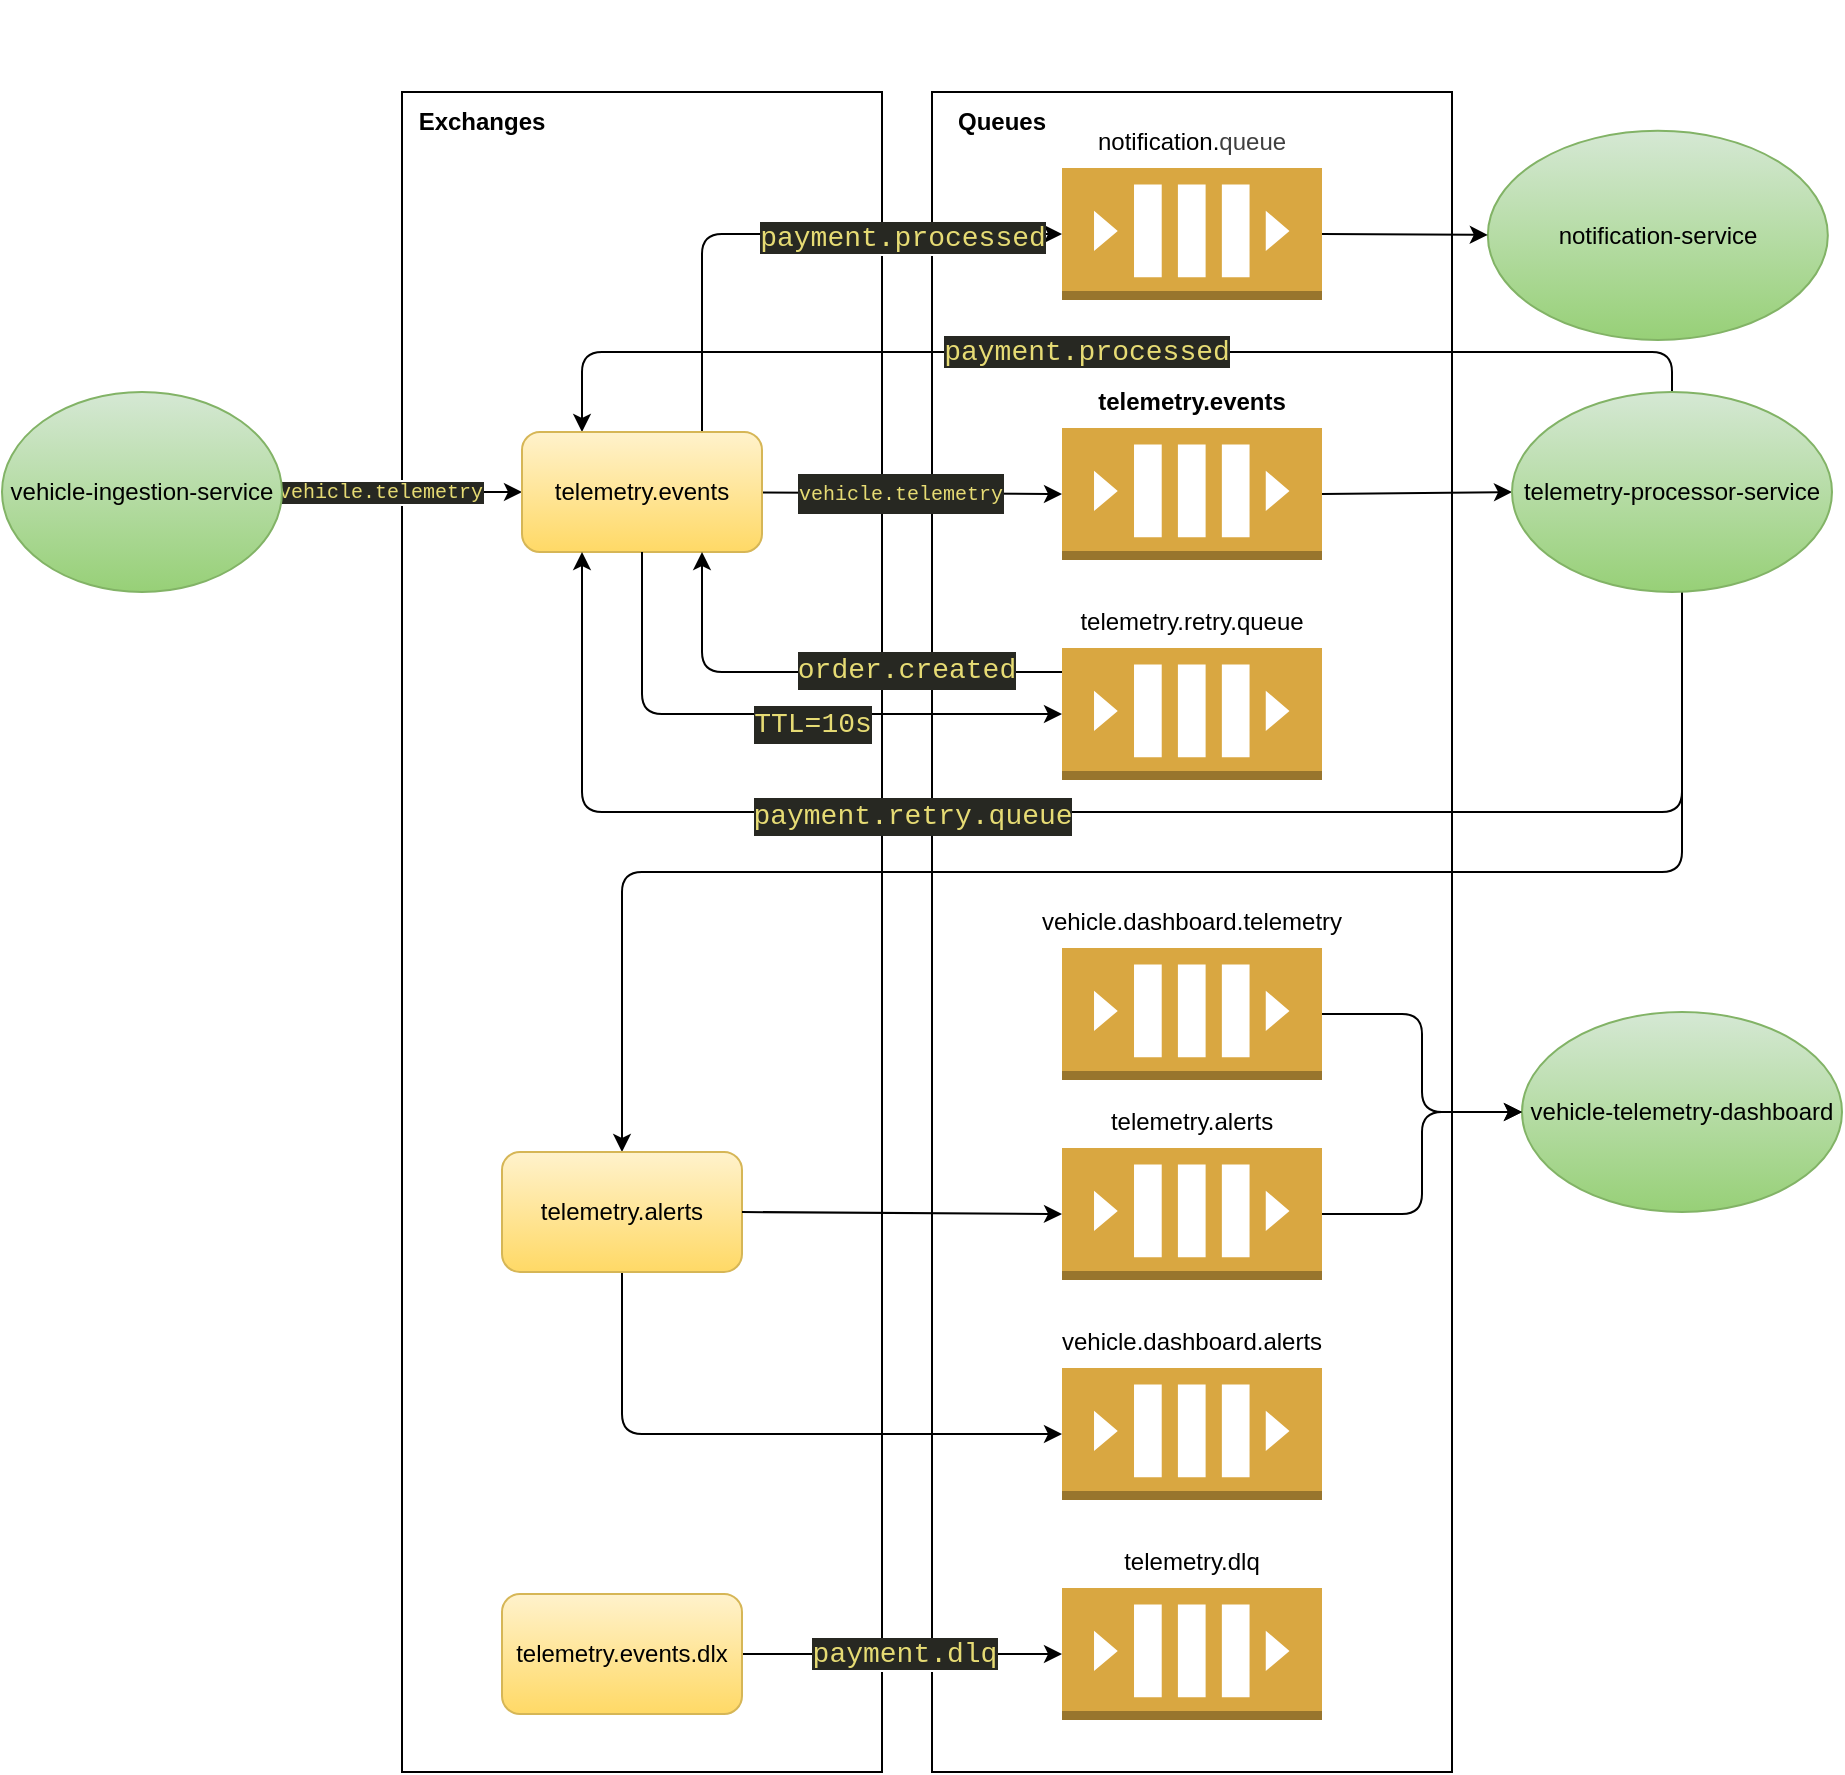
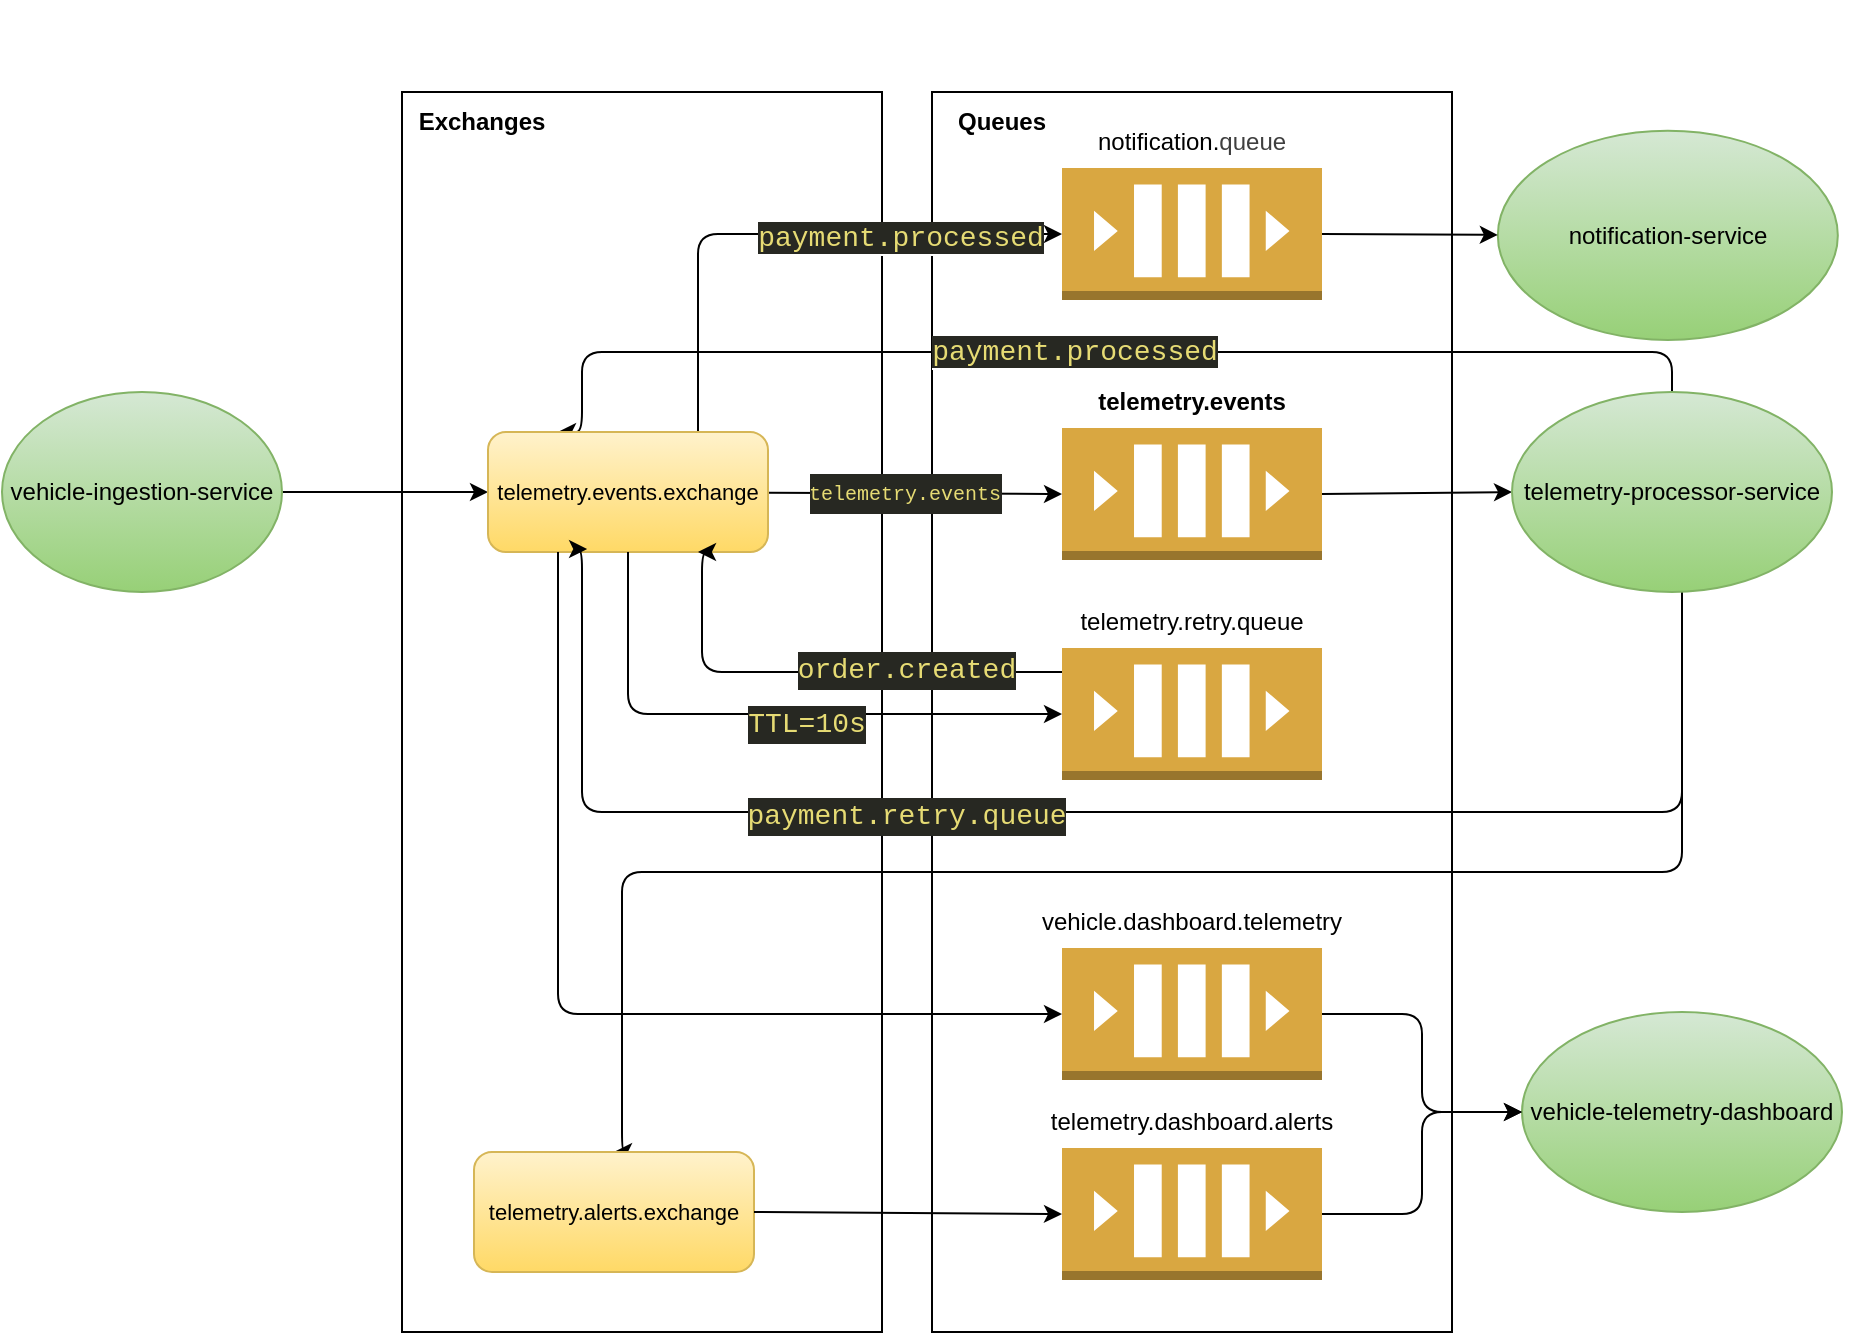
<mxfile host="65bd71144e">
    <diagram id="X4KkakveagGGw_kcijjk" name="Page-1">
-         <mxGraphModel dx="2126" dy="1139" grid="1" gridSize="10" guides="1" tooltips="1" connect="1" arrows="1" fold="1" page="1" pageScale="1" pageWidth="850" pageHeight="1100" math="0" shadow="0">
+         <mxGraphModel dx="1870" dy="833" grid="1" gridSize="10" guides="1" tooltips="1" connect="1" arrows="1" fold="1" page="1" pageScale="1" pageWidth="850" pageHeight="1100" math="0" shadow="0">
            <root>
                <mxCell id="0"/>
                <mxCell id="1" parent="0"/>
                <mxCell id="2" value="" style="rounded=0;whiteSpace=wrap;html=1;" parent="1" vertex="1">
-                     <mxGeometry x="455" y="130" width="260" height="840" as="geometry"/>
+                     <mxGeometry x="455" y="130" width="260" height="620" as="geometry"/>
                </mxCell>
                <mxCell id="3" value="" style="rounded=0;whiteSpace=wrap;html=1;" parent="1" vertex="1">
-                     <mxGeometry x="190" y="130" width="240" height="840" as="geometry"/>
-                 </mxCell>
-                 <mxCell id="4" value="v" style="edgeStyle=none;html=1;" parent="1" source="6" target="26" edge="1">
-                     <mxGeometry relative="1" as="geometry"/>
-                 </mxCell>
-                 <mxCell id="5" value="&lt;span style=&quot;color: rgb(230, 219, 116); font-family: Consolas, &amp;quot;Courier New&amp;quot;, monospace; white-space-collapse: preserve; background-color: rgb(39, 40, 34);&quot;&gt;vehicle.telemetry&lt;/span&gt;" style="edgeLabel;html=1;align=center;verticalAlign=middle;resizable=0;points=[];fontSize=10;" parent="4" vertex="1" connectable="0">
-                     <mxGeometry x="-0.1905" relative="1" as="geometry">
-                         <mxPoint as="offset"/>
-                     </mxGeometry>
+                     <mxGeometry x="190" y="130" width="240" height="620" as="geometry"/>
+                 </mxCell>
+                 <mxCell id="4" value="" style="edgeStyle=none;html=1;" parent="1" source="6" target="26" edge="1">
+                     <mxGeometry relative="1" as="geometry"/>
                </mxCell>
                <mxCell id="6" value="vehicle-ingestion-service" style="ellipse;whiteSpace=wrap;html=1;fillColor=#d5e8d4;gradientColor=#97d077;strokeColor=#82b366;" parent="1" vertex="1">
                    <mxGeometry x="-10" y="280" width="140" height="100" as="geometry"/>
                </mxCell>
                <mxCell id="7" style="edgeStyle=none;html=1;entryX=0;entryY=0.5;entryDx=0;entryDy=0;entryPerimeter=0;" parent="1" source="26" target="30" edge="1">
                    <mxGeometry relative="1" as="geometry"/>
                </mxCell>
-                 <mxCell id="8" value="&lt;div style=&quot;color: rgb(248, 248, 242); background-color: rgb(39, 40, 34); font-family: Consolas, &amp;quot;Courier New&amp;quot;, monospace; font-size: 14px; line-height: 19px; white-space-collapse: preserve;&quot;&gt;&lt;span style=&quot;color: rgb(230, 219, 116); font-size: 10px;&quot;&gt;vehicle.telemetry&lt;/span&gt;&lt;/div&gt;" style="edgeLabel;html=1;align=center;verticalAlign=middle;resizable=0;points=[];" parent="7" vertex="1" connectable="0">
+                 <mxCell id="8" value="&lt;div style=&quot;color: rgb(248, 248, 242); background-color: rgb(39, 40, 34); font-family: Consolas, &amp;quot;Courier New&amp;quot;, monospace; font-size: 14px; line-height: 19px; white-space-collapse: preserve;&quot;&gt;&lt;span style=&quot;color: rgb(230, 219, 116); font-size: 10px;&quot;&gt;telemetry.events&lt;/span&gt;&lt;/div&gt;" style="edgeLabel;html=1;align=center;verticalAlign=middle;resizable=0;points=[];" parent="7" vertex="1" connectable="0">
                    <mxGeometry x="-0.0843" relative="1" as="geometry">
                        <mxPoint y="-1" as="offset"/>
                    </mxGeometry>
                </mxCell>
                <mxCell id="9" style="edgeStyle=none;html=1;exitX=1;exitY=0.5;exitDx=0;exitDy=0;exitPerimeter=0;entryX=0;entryY=0.5;entryDx=0;entryDy=0;" parent="1" source="30" target="37" edge="1">
                    <mxGeometry relative="1" as="geometry">
                        <mxPoint x="755.1998237567068" y="376.7381722049113" as="targetPoint"/>
-                     </mxGeometry>
-                 </mxCell>
-                 <mxCell id="10" value="" style="group" parent="1" vertex="1" connectable="0">
-                     <mxGeometry x="520" y="850" width="130" height="94" as="geometry"/>
-                 </mxCell>
-                 <mxCell id="11" value="" style="outlineConnect=0;dashed=0;verticalLabelPosition=bottom;verticalAlign=top;align=center;html=1;shape=mxgraph.aws3.queue;fillColor=#D9A741;gradientColor=none;" parent="10" vertex="1">
-                     <mxGeometry y="28" width="130" height="66" as="geometry"/>
-                 </mxCell>
-                 <mxCell id="12" value="telemetry.dlq" style="text;html=1;align=center;verticalAlign=middle;whiteSpace=wrap;rounded=0;" parent="10" vertex="1">
-                     <mxGeometry x="35" width="60" height="30" as="geometry"/>
-                 </mxCell>
-                 <mxCell id="13" style="html=1;entryX=0;entryY=0.5;entryDx=0;entryDy=0;entryPerimeter=0;exitX=1;exitY=0.5;exitDx=0;exitDy=0;edgeStyle=orthogonalEdgeStyle;" parent="1" edge="1" target="11" source="27">
-                     <mxGeometry relative="1" as="geometry">
-                         <mxPoint x="380" y="910" as="sourcePoint"/>
-                         <mxPoint x="520" y="906" as="targetPoint"/>
-                     </mxGeometry>
-                 </mxCell>
-                 <mxCell id="14" value="&lt;span style=&quot;color: rgb(230, 219, 116); font-family: Consolas, &amp;quot;Courier New&amp;quot;, monospace; font-size: 14px; white-space-collapse: preserve; background-color: rgb(39, 40, 34);&quot;&gt;payment.dlq&lt;/span&gt;" style="edgeLabel;html=1;align=center;verticalAlign=middle;resizable=0;points=[];" parent="13" vertex="1" connectable="0">
-                     <mxGeometry x="0.0044" relative="1" as="geometry">
-                         <mxPoint as="offset"/>
                    </mxGeometry>
                </mxCell>
                <mxCell id="15" style="edgeStyle=orthogonalEdgeStyle;html=1;entryX=0.25;entryY=0;entryDx=0;entryDy=0;exitX=0.5;exitY=0;exitDx=0;exitDy=0;" parent="1" source="37" target="26" edge="1">
                    <mxGeometry relative="1" as="geometry">
                        <mxPoint x="835" y="342.28763833671746" as="sourcePoint"/>
                        <mxPoint x="310" y="214" as="targetPoint"/>
                        <Array as="points">
                            <mxPoint x="825" y="260"/>
                            <mxPoint x="280" y="260"/>
                        </Array>
                    </mxGeometry>
                </mxCell>
                <mxCell id="16" value="&lt;span style=&quot;color: rgb(230, 219, 116); font-family: Consolas, &amp;quot;Courier New&amp;quot;, monospace; font-size: 14px; white-space-collapse: preserve; background-color: rgb(39, 40, 34);&quot;&gt;payment.processed&lt;/span&gt;" style="edgeLabel;html=1;align=center;verticalAlign=middle;resizable=0;points=[];" parent="15" vertex="1" connectable="0">
                    <mxGeometry x="0.0358" relative="1" as="geometry">
                        <mxPoint as="offset"/>
                    </mxGeometry>
                </mxCell>
                <mxCell id="19" style="edgeStyle=orthogonalEdgeStyle;html=1;exitX=0.75;exitY=0;exitDx=0;exitDy=0;entryX=0;entryY=0.5;entryDx=0;entryDy=0;entryPerimeter=0;" parent="1" source="26" target="33" edge="1">
                    <mxGeometry relative="1" as="geometry">
                        <mxPoint x="295" y="214" as="sourcePoint"/>
                        <mxPoint x="510" y="171" as="targetPoint"/>
                    </mxGeometry>
                </mxCell>
                <mxCell id="20" value="&lt;span style=&quot;font-family: monospace; font-size: 0px; text-align: start; background-color: rgb(251, 251, 251);&quot;&gt;%3CmxGraphModel%3E%3Croot%3E%3CmxCell%20id%3D%220%22%2F%3E%3CmxCell%20id%3D%221%22%20parent%3D%220%22%2F%3E%3CmxCell%20id%3D%222%22%20value%3D%22%26lt%3Bdiv%20style%3D%26quot%3Bcolor%3A%20rgb(248%2C%20248%2C%20242)%3B%20background-color%3A%20rgb(39%2C%2040%2C%2034)%3B%20font-family%3A%20Consolas%2C%20%26amp%3Bquot%3BCourier%20New%26amp%3Bquot%3B%2C%20monospace%3B%20font-size%3A%2014px%3B%20line-height%3A%2019px%3B%20white-space-collapse%3A%20preserve%3B%26quot%3B%26gt%3B%26lt%3Bspan%20style%3D%26quot%3Bcolor%3A%20%23e6db74%3B%26quot%3B%26gt%3Border.created%26lt%3B%2Fspan%26gt%3B%26lt%3B%2Fdiv%26gt%3B%22%20style%3D%22edgeLabel%3Bhtml%3D1%3Balign%3Dcenter%3BverticalAlign%3Dmiddle%3Bresizable%3D0%3Bpoints%3D%5B%5D%3B%22%20vertex%3D%221%22%20connectable%3D%220%22%20parent%3D%221%22%3E%3CmxGeometry%20x%3D%22438.9992177003792%22%20y%3D%22273.61428198904923%22%20as%3D%22geometry%22%2F%3E%3C%2FmxCell%3E%3C%2Froot%3E%3C%2FmxGraphModel%3E&lt;/span&gt;" style="edgeLabel;html=1;align=center;verticalAlign=middle;resizable=0;points=[];" parent="19" vertex="1" connectable="0">
                    <mxGeometry x="0.2963" y="4" relative="1" as="geometry">
                        <mxPoint as="offset"/>
                    </mxGeometry>
                </mxCell>
                <mxCell id="21" value="&lt;span style=&quot;font-family: monospace; font-size: 0px; text-align: start; background-color: rgb(251, 251, 251);&quot;&gt;%3CmxGraphModel%3E%3Croot%3E%3CmxCell%20id%3D%220%22%2F%3E%3CmxCell%20id%3D%221%22%20parent%3D%220%22%2F%3E%3CmxCell%20id%3D%222%22%20value%3D%22%26lt%3Bdiv%20style%3D%26quot%3Bcolor%3A%20rgb(248%2C%20248%2C%20242)%3B%20background-color%3A%20rgb(39%2C%2040%2C%2034)%3B%20font-family%3A%20Consolas%2C%20%26amp%3Bquot%3BCourier%20New%26amp%3Bquot%3B%2C%20monospace%3B%20font-size%3A%2014px%3B%20line-height%3A%2019px%3B%20white-space-collapse%3A%20preserve%3B%26quot%3B%26gt%3B%26lt%3Bspan%20style%3D%26quot%3Bcolor%3A%20%23e6db74%3B%26quot%3B%26gt%3Border.created%26lt%3B%2Fspan%26gt%3B%26lt%3B%2Fdiv%26gt%3B%22%20style%3D%22edgeLabel%3Bhtml%3D1%3Balign%3Dcenter%3BverticalAlign%3Dmiddle%3Bresizable%3D0%3Bpoints%3D%5B%5D%3B%22%20vertex%3D%221%22%20connectable%3D%220%22%20parent%3D%221%22%3E%3CmxGeometry%20x%3D%22438.9992177003792%22%20y%3D%22273.61428198904923%22%20as%3D%22geometry%22%2F%3E%3C%2FmxCell%3E%3C%2Froot%3E%3C%2FmxGraphModel%3E&lt;/span&gt;" style="edgeLabel;html=1;align=center;verticalAlign=middle;resizable=0;points=[];" parent="19" vertex="1" connectable="0">
                    <mxGeometry x="0.0899" y="-5" relative="1" as="geometry">
                        <mxPoint as="offset"/>
                    </mxGeometry>
                </mxCell>
                <mxCell id="22" value="&lt;span style=&quot;color: rgb(230, 219, 116); font-family: Consolas, &amp;quot;Courier New&amp;quot;, monospace; font-size: 14px; white-space-collapse: preserve; background-color: rgb(39, 40, 34);&quot;&gt;payment.processed&lt;/span&gt;" style="edgeLabel;html=1;align=center;verticalAlign=middle;resizable=0;points=[];" parent="19" vertex="1" connectable="0">
                    <mxGeometry x="0.2381" y="-2" relative="1" as="geometry">
                        <mxPoint x="26" as="offset"/>
                    </mxGeometry>
                </mxCell>
                <mxCell id="23" value="" style="group" parent="1" vertex="1" connectable="0">
-                     <mxGeometry x="740" y="84" width="170" height="170" as="geometry"/>
+                     <mxGeometry x="745" y="84" width="170" height="170" as="geometry"/>
                </mxCell>
                <mxCell id="24" value="notification-service" style="ellipse;whiteSpace=wrap;html=1;fillColor=#d5e8d4;gradientColor=#97d077;strokeColor=#82b366;" parent="23" vertex="1">
                    <mxGeometry x="-7.083333333333333" y="65.3846153846154" width="170" height="104.61538461538463" as="geometry"/>
                </mxCell>
                <mxCell id="25" style="edgeStyle=none;html=1;exitX=1;exitY=0.5;exitDx=0;exitDy=0;exitPerimeter=0;" parent="1" source="33" target="24" edge="1">
                    <mxGeometry relative="1" as="geometry">
                        <mxPoint x="640" y="173.08928571428578" as="sourcePoint"/>
                    </mxGeometry>
                </mxCell>
-                 <mxCell id="26" value="telemetry.events" style="rounded=1;whiteSpace=wrap;html=1;fillColor=#fff2cc;strokeColor=#d6b656;gradientColor=#ffd966;" parent="1" vertex="1">
-                     <mxGeometry x="250" y="300" width="120" height="60" as="geometry"/>
-                 </mxCell>
-                 <mxCell id="27" value="telemetry.events.dlx" style="rounded=1;whiteSpace=wrap;html=1;fillColor=#fff2cc;strokeColor=#d6b656;gradientColor=#ffd966;" parent="1" vertex="1">
-                     <mxGeometry x="240" y="881" width="120" height="60" as="geometry"/>
+                 <mxCell id="26" value="telemetry.events.exchange" style="rounded=1;whiteSpace=wrap;html=1;fillColor=#fff2cc;strokeColor=#d6b656;gradientColor=#ffd966;fontSize=11;" parent="1" vertex="1">
+                     <mxGeometry x="233" y="300" width="140" height="60" as="geometry"/>
                </mxCell>
                <mxCell id="28" value="Exchanges" style="text;html=1;align=center;verticalAlign=middle;whiteSpace=wrap;rounded=0;fontStyle=1" parent="1" vertex="1">
                    <mxGeometry x="200" y="130" width="60" height="30" as="geometry"/>
                </mxCell>
                <mxCell id="29" value="" style="group" parent="1" vertex="1" connectable="0">
                    <mxGeometry x="520" y="270" width="130" height="94" as="geometry"/>
                </mxCell>
                <mxCell id="30" value="" style="outlineConnect=0;dashed=0;verticalLabelPosition=bottom;verticalAlign=top;align=center;html=1;shape=mxgraph.aws3.queue;fillColor=#D9A741;gradientColor=none;" parent="29" vertex="1">
                    <mxGeometry y="28" width="130" height="66" as="geometry"/>
                </mxCell>
                <mxCell id="31" value="telemetry.events" style="text;html=1;align=center;verticalAlign=middle;whiteSpace=wrap;rounded=0;fontStyle=1" parent="29" vertex="1">
                    <mxGeometry x="35" width="60" height="30" as="geometry"/>
                </mxCell>
                <mxCell id="32" value="" style="group" parent="1" vertex="1" connectable="0">
                    <mxGeometry x="520" y="140" width="130" height="94" as="geometry"/>
                </mxCell>
                <mxCell id="33" value="" style="outlineConnect=0;dashed=0;verticalLabelPosition=bottom;verticalAlign=top;align=center;html=1;shape=mxgraph.aws3.queue;fillColor=#D9A741;gradientColor=none;" parent="32" vertex="1">
                    <mxGeometry y="28" width="130" height="66" as="geometry"/>
                </mxCell>
                <mxCell id="34" value="notification.&lt;span style=&quot;color: rgb(63, 63, 63); background-color: transparent;&quot;&gt;queue&lt;/span&gt;" style="text;html=1;align=center;verticalAlign=middle;whiteSpace=wrap;rounded=0;" parent="32" vertex="1">
                    <mxGeometry x="35" width="60" height="30" as="geometry"/>
                </mxCell>
-                 <mxCell id="35" style="edgeStyle=orthogonalEdgeStyle;html=1;entryX=0.25;entryY=1;entryDx=0;entryDy=0;" parent="1" source="37" target="26" edge="1">
+                 <mxCell id="35" style="edgeStyle=orthogonalEdgeStyle;html=1;entryX=0.354;entryY=0.975;entryDx=0;entryDy=0;entryPerimeter=0;" parent="1" source="37" target="26" edge="1">
                    <mxGeometry relative="1" as="geometry">
                        <Array as="points">
                            <mxPoint x="830" y="490"/>
                            <mxPoint x="280" y="490"/>
-                         </Array>
+                             <mxPoint x="280" y="359"/>
+                         </Array>
+                         <mxPoint x="280" y="420" as="targetPoint"/>
                    </mxGeometry>
                </mxCell>
                <mxCell id="36" value="&lt;div style=&quot;color: rgb(248, 248, 242); background-color: rgb(39, 40, 34); font-family: Consolas, &amp;quot;Courier New&amp;quot;, monospace; font-size: 14px; line-height: 19px; white-space-collapse: preserve;&quot;&gt;&lt;span style=&quot;color: #e6db74;&quot;&gt;payment.retry.queue&lt;/span&gt;&lt;/div&gt;" style="edgeLabel;html=1;align=center;verticalAlign=middle;resizable=0;points=[];" parent="35" vertex="1" connectable="0">
                    <mxGeometry x="0.2547" y="2" relative="1" as="geometry">
                        <mxPoint as="offset"/>
                    </mxGeometry>
                </mxCell>
-                 <mxCell id="64" style="edgeStyle=orthogonalEdgeStyle;html=1;entryX=0.5;entryY=0;entryDx=0;entryDy=0;" edge="1" parent="1" source="37" target="58">
+                 <mxCell id="64" style="edgeStyle=orthogonalEdgeStyle;html=1;entryX=0.5;entryY=0;entryDx=0;entryDy=0;" parent="1" source="37" target="58" edge="1">
                    <mxGeometry relative="1" as="geometry">
                        <mxPoint x="330" y="660" as="targetPoint"/>
                        <Array as="points">
                            <mxPoint x="830" y="520"/>
                            <mxPoint x="300" y="520"/>
                        </Array>
                    </mxGeometry>
                </mxCell>
                <mxCell id="37" value="telemetry-processor-service" style="ellipse;whiteSpace=wrap;html=1;fillColor=#d5e8d4;gradientColor=#97d077;strokeColor=#82b366;" parent="1" vertex="1">
                    <mxGeometry x="745" y="280" width="160" height="100" as="geometry"/>
                </mxCell>
                <mxCell id="38" value="Queues" style="text;html=1;align=center;verticalAlign=middle;whiteSpace=wrap;rounded=0;fontStyle=1" parent="1" vertex="1">
                    <mxGeometry x="460" y="130" width="60" height="30" as="geometry"/>
                </mxCell>
                <mxCell id="39" value="" style="group" parent="1" vertex="1" connectable="0">
                    <mxGeometry x="520" y="380" width="130" height="94" as="geometry"/>
                </mxCell>
                <mxCell id="40" value="" style="outlineConnect=0;dashed=0;verticalLabelPosition=bottom;verticalAlign=top;align=center;html=1;shape=mxgraph.aws3.queue;fillColor=#D9A741;gradientColor=none;" parent="39" vertex="1">
                    <mxGeometry y="28" width="130" height="66" as="geometry"/>
                </mxCell>
                <mxCell id="41" value="telemetry.retry.queue" style="text;html=1;align=center;verticalAlign=middle;whiteSpace=wrap;rounded=0;" parent="39" vertex="1">
                    <mxGeometry x="35" width="60" height="30" as="geometry"/>
                </mxCell>
                <mxCell id="42" style="edgeStyle=orthogonalEdgeStyle;html=1;exitX=0.5;exitY=1;exitDx=0;exitDy=0;entryX=0;entryY=0.5;entryDx=0;entryDy=0;entryPerimeter=0;" parent="1" source="26" target="40" edge="1">
                    <mxGeometry relative="1" as="geometry"/>
                </mxCell>
                <mxCell id="43" value="&lt;div style=&quot;color: rgb(248, 248, 242); background-color: rgb(39, 40, 34); font-family: Consolas, &amp;quot;Courier New&amp;quot;, monospace; font-size: 14px; line-height: 19px; white-space-collapse: preserve;&quot;&gt;&lt;span style=&quot;color: #e6db74;&quot;&gt;TTL=10s&lt;/span&gt;&lt;/div&gt;" style="edgeLabel;html=1;align=center;verticalAlign=middle;resizable=0;points=[];" parent="42" vertex="1" connectable="0">
                    <mxGeometry x="0.1392" y="-5" relative="1" as="geometry">
                        <mxPoint as="offset"/>
                    </mxGeometry>
                </mxCell>
                <mxCell id="44" style="edgeStyle=orthogonalEdgeStyle;html=1;entryX=0.75;entryY=1;entryDx=0;entryDy=0;" parent="1" source="40" target="26" edge="1">
                    <mxGeometry relative="1" as="geometry">
                        <Array as="points">
                            <mxPoint x="340" y="420"/>
                        </Array>
                    </mxGeometry>
                </mxCell>
                <mxCell id="45" value="&lt;div style=&quot;color: rgb(248, 248, 242); background-color: rgb(39, 40, 34); font-family: Consolas, &amp;quot;Courier New&amp;quot;, monospace; font-size: 14px; line-height: 19px; white-space-collapse: preserve;&quot;&gt;&lt;span style=&quot;color: #e6db74;&quot;&gt;order.created&lt;/span&gt;&lt;/div&gt;" style="edgeLabel;html=1;align=center;verticalAlign=middle;resizable=0;points=[];" parent="44" vertex="1" connectable="0">
                    <mxGeometry x="-0.3493" y="-1" relative="1" as="geometry">
                        <mxPoint as="offset"/>
                    </mxGeometry>
                </mxCell>
-                 <mxCell id="46" value="" style="group;fontStyle=1" vertex="1" connectable="0" parent="1">
+                 <mxCell id="46" value="" style="group;fontStyle=1" parent="1" vertex="1" connectable="0">
                    <mxGeometry x="520" y="630" width="130" height="94" as="geometry"/>
                </mxCell>
-                 <mxCell id="47" value="" style="outlineConnect=0;dashed=0;verticalLabelPosition=bottom;verticalAlign=top;align=center;html=1;shape=mxgraph.aws3.queue;fillColor=#D9A741;gradientColor=none;" vertex="1" parent="46">
-                     <mxGeometry y="28" width="130" height="66" as="geometry"/>
-                 </mxCell>
-                 <mxCell id="48" value="telemetry.alerts" style="text;html=1;align=center;verticalAlign=middle;whiteSpace=wrap;rounded=0;fontStyle=0" vertex="1" parent="46">
-                     <mxGeometry x="35" width="60" height="30" as="geometry"/>
-                 </mxCell>
-                 <mxCell id="49" value="" style="group;fontStyle=1" vertex="1" connectable="0" parent="1">
+                 <mxCell id="47" value="" style="outlineConnect=0;dashed=0;verticalLabelPosition=bottom;verticalAlign=top;align=center;html=1;shape=mxgraph.aws3.queue;fillColor=#D9A741;gradientColor=none;" parent="46" vertex="1">
+                     <mxGeometry y="28" width="130" height="66" as="geometry"/>
+                 </mxCell>
+                 <mxCell id="48" value="telemetry.dashboard.alerts" style="text;html=1;align=center;verticalAlign=middle;whiteSpace=wrap;rounded=0;fontStyle=0" parent="46" vertex="1">
+                     <mxGeometry x="35" width="60" height="30" as="geometry"/>
+                 </mxCell>
+                 <mxCell id="49" value="" style="group;fontStyle=1" parent="1" vertex="1" connectable="0">
                    <mxGeometry x="520" y="530" width="130" height="94" as="geometry"/>
                </mxCell>
-                 <mxCell id="50" value="" style="outlineConnect=0;dashed=0;verticalLabelPosition=bottom;verticalAlign=top;align=center;html=1;shape=mxgraph.aws3.queue;fillColor=#D9A741;gradientColor=none;" vertex="1" parent="49">
-                     <mxGeometry y="28" width="130" height="66" as="geometry"/>
-                 </mxCell>
-                 <mxCell id="51" value="vehicle.dashboard.telemetry" style="text;html=1;align=center;verticalAlign=middle;whiteSpace=wrap;rounded=0;fontStyle=0" vertex="1" parent="49">
-                     <mxGeometry x="35" width="60" height="30" as="geometry"/>
-                 </mxCell>
-                 <mxCell id="52" value="" style="group;fontStyle=1" vertex="1" connectable="0" parent="1">
-                     <mxGeometry x="520" y="740" width="130" height="94" as="geometry"/>
-                 </mxCell>
-                 <mxCell id="53" value="" style="outlineConnect=0;dashed=0;verticalLabelPosition=bottom;verticalAlign=top;align=center;html=1;shape=mxgraph.aws3.queue;fillColor=#D9A741;gradientColor=none;" vertex="1" parent="52">
-                     <mxGeometry y="28" width="130" height="66" as="geometry"/>
-                 </mxCell>
-                 <mxCell id="54" value="vehicle.dashboard.alerts" style="text;html=1;align=center;verticalAlign=middle;whiteSpace=wrap;rounded=0;fontStyle=0" vertex="1" parent="52">
-                     <mxGeometry x="35" width="60" height="30" as="geometry"/>
-                 </mxCell>
-                 <mxCell id="60" style="edgeStyle=orthogonalEdgeStyle;html=1;entryX=0;entryY=0.5;entryDx=0;entryDy=0;entryPerimeter=0;exitX=0.5;exitY=1;exitDx=0;exitDy=0;" edge="1" parent="1" source="58" target="53">
-                     <mxGeometry relative="1" as="geometry">
-                         <Array as="points">
-                             <mxPoint x="300" y="801"/>
-                         </Array>
-                     </mxGeometry>
-                 </mxCell>
-                 <mxCell id="58" value="telemetry.alerts" style="rounded=1;whiteSpace=wrap;html=1;fillColor=#fff2cc;strokeColor=#d6b656;gradientColor=#ffd966;" vertex="1" parent="1">
-                     <mxGeometry x="240" y="660" width="120" height="60" as="geometry"/>
-                 </mxCell>
-                 <mxCell id="63" value="vehicle-telemetry-dashboard" style="ellipse;whiteSpace=wrap;html=1;fillColor=#d5e8d4;gradientColor=#97d077;strokeColor=#82b366;" vertex="1" parent="1">
+                 <mxCell id="50" value="" style="outlineConnect=0;dashed=0;verticalLabelPosition=bottom;verticalAlign=top;align=center;html=1;shape=mxgraph.aws3.queue;fillColor=#D9A741;gradientColor=none;" parent="49" vertex="1">
+                     <mxGeometry y="28" width="130" height="66" as="geometry"/>
+                 </mxCell>
+                 <mxCell id="51" value="vehicle.dashboard.telemetry" style="text;html=1;align=center;verticalAlign=middle;whiteSpace=wrap;rounded=0;fontStyle=0" parent="49" vertex="1">
+                     <mxGeometry x="35" width="60" height="30" as="geometry"/>
+                 </mxCell>
+                 <mxCell id="58" value="telemetry.alerts.exchange" style="rounded=1;whiteSpace=wrap;html=1;fillColor=#fff2cc;strokeColor=#d6b656;gradientColor=#ffd966;fontSize=11;" parent="1" vertex="1">
+                     <mxGeometry x="226" y="660" width="140" height="60" as="geometry"/>
+                 </mxCell>
+                 <mxCell id="63" value="vehicle-telemetry-dashboard" style="ellipse;whiteSpace=wrap;html=1;fillColor=#d5e8d4;gradientColor=#97d077;strokeColor=#82b366;" parent="1" vertex="1">
                    <mxGeometry x="750" y="590" width="160" height="100" as="geometry"/>
                </mxCell>
-                 <mxCell id="65" style="edgeStyle=none;html=1;exitX=1;exitY=0.5;exitDx=0;exitDy=0;entryX=0;entryY=0.5;entryDx=0;entryDy=0;entryPerimeter=0;" edge="1" parent="1" source="58" target="47">
-                     <mxGeometry relative="1" as="geometry"/>
-                 </mxCell>
-                 <mxCell id="66" style="edgeStyle=orthogonalEdgeStyle;html=1;exitX=1;exitY=0.5;exitDx=0;exitDy=0;exitPerimeter=0;entryX=0;entryY=0.5;entryDx=0;entryDy=0;" edge="1" parent="1" source="47" target="63">
-                     <mxGeometry relative="1" as="geometry"/>
-                 </mxCell>
-                 <mxCell id="67" style="edgeStyle=orthogonalEdgeStyle;html=1;exitX=1;exitY=0.5;exitDx=0;exitDy=0;exitPerimeter=0;entryX=0;entryY=0.5;entryDx=0;entryDy=0;" edge="1" parent="1" source="50" target="63">
+                 <mxCell id="65" style="edgeStyle=none;html=1;exitX=1;exitY=0.5;exitDx=0;exitDy=0;entryX=0;entryY=0.5;entryDx=0;entryDy=0;entryPerimeter=0;" parent="1" source="58" target="47" edge="1">
+                     <mxGeometry relative="1" as="geometry"/>
+                 </mxCell>
+                 <mxCell id="66" style="edgeStyle=orthogonalEdgeStyle;html=1;exitX=1;exitY=0.5;exitDx=0;exitDy=0;exitPerimeter=0;entryX=0;entryY=0.5;entryDx=0;entryDy=0;" parent="1" source="47" target="63" edge="1">
+                     <mxGeometry relative="1" as="geometry"/>
+                 </mxCell>
+                 <mxCell id="67" style="edgeStyle=orthogonalEdgeStyle;html=1;exitX=1;exitY=0.5;exitDx=0;exitDy=0;exitPerimeter=0;entryX=0;entryY=0.5;entryDx=0;entryDy=0;" parent="1" source="50" target="63" edge="1">
                    <mxGeometry relative="1" as="geometry">
                        <mxPoint x="770" y="710" as="targetPoint"/>
                    </mxGeometry>
+                 </mxCell>
+                 <mxCell id="70" style="edgeStyle=orthogonalEdgeStyle;html=1;exitX=0.25;exitY=1;exitDx=0;exitDy=0;entryX=0;entryY=0.5;entryDx=0;entryDy=0;entryPerimeter=0;" edge="1" parent="1" source="26" target="50">
+                     <mxGeometry relative="1" as="geometry"/>
                </mxCell>
            </root>
        </mxGraphModel>
    </diagram>
</mxfile>